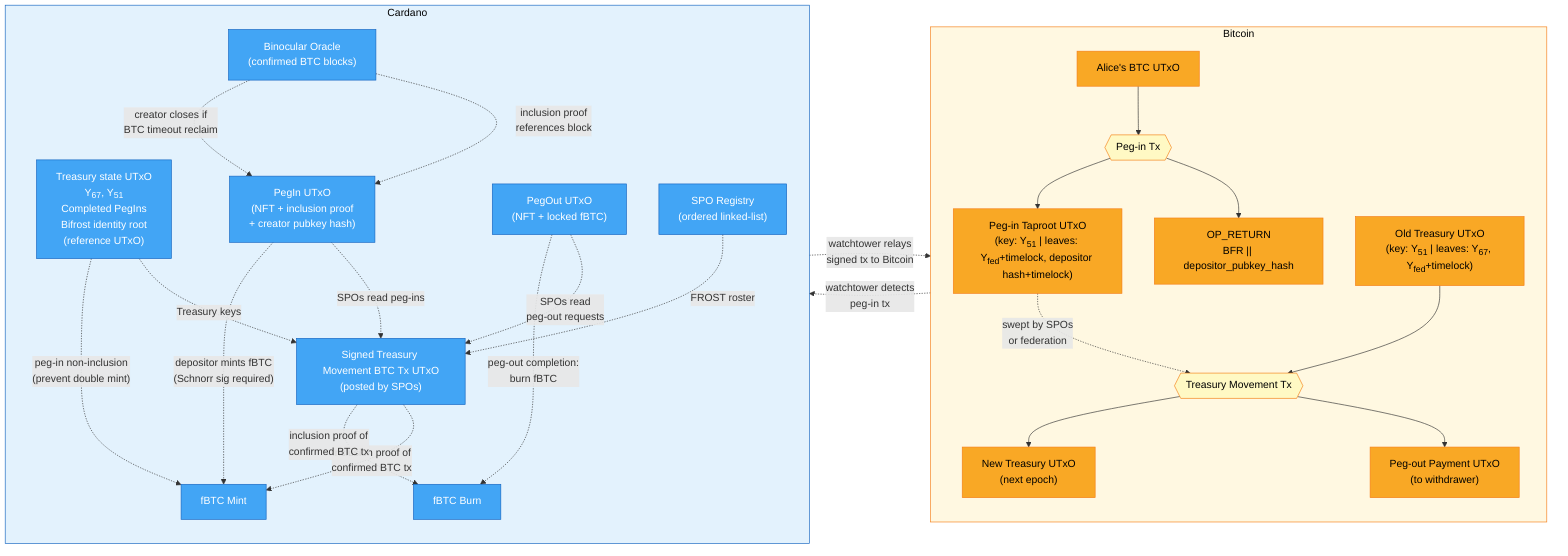
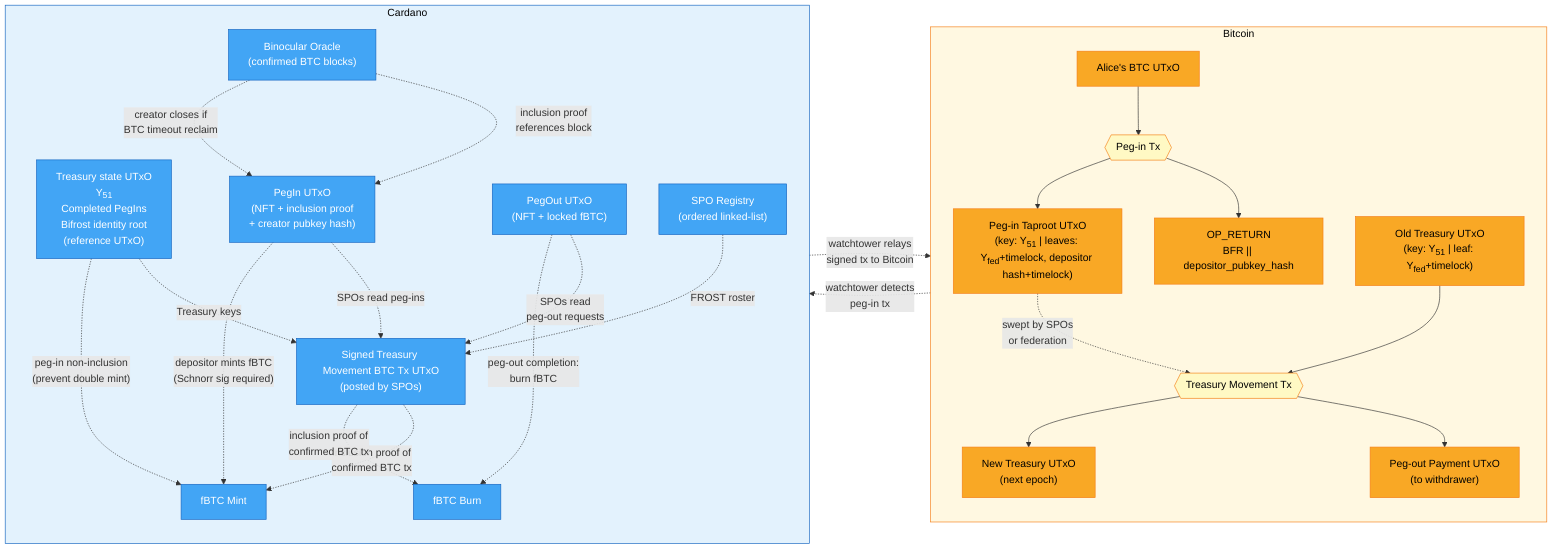
graph LR
    subgraph BTC["Bitcoin"]
        direction TB

        AliceBTC["Alice's BTC UTxO"]
        PegInTx{{"Peg-in Tx"}}
        TaprootUTxO["Peg-in Taproot UTxO<br/>(key: Y<sub>51</sub> | leaves: Y<sub>fed</sub>+timelock, depositor hash+timelock)"]
        OpReturn["OP_RETURN<br/>BFR || depositor_pubkey_hash"]

-         OldTreasury["Old Treasury UTxO<br/>(key: Y<sub>51</sub> | leaves: Y<sub>67</sub>, Y<sub>fed</sub>+timelock)"]
+         OldTreasury["Old Treasury UTxO<br/>(key: Y<sub>51</sub> | leaf: Y<sub>fed</sub>+timelock)"]
        TreasuryMovTx{{"Treasury Movement Tx"}}
        NewTreasury["New Treasury UTxO<br/>(next epoch)"]
        PegOutPayment["Peg-out Payment UTxO<br/>(to withdrawer)"]

        AliceBTC --> PegInTx
        PegInTx --> TaprootUTxO
        PegInTx --> OpReturn

        TaprootUTxO -. "swept by SPOs<br/>or federation" .-> TreasuryMovTx
        OldTreasury --> TreasuryMovTx
        TreasuryMovTx --> NewTreasury
        TreasuryMovTx --> PegOutPayment
    end

    subgraph ADA["Cardano"]
        direction TB

-         TreasuryAK["Treasury state UTxO<br/>Y<sub>67</sub>, Y<sub>51</sub><br/>Completed PegIns<br/>Bifrost identity root<br/>(reference UTxO)"]
+         TreasuryAK["Treasury state UTxO<br/>Y<sub>51</sub><br/>Completed PegIns<br/>Bifrost identity root<br/>(reference UTxO)"]
        WatchtowerAK["Binocular Oracle<br/>(confirmed BTC blocks)"]
        SPORegistry["SPO Registry<br/>(ordered linked-list)"]

        PegInAK["PegIn UTxO<br/>(NFT + inclusion proof<br/>+ creator pubkey hash)"]
        PegOutAK["PegOut UTxO<br/>(NFT + locked fBTC)"]

        TreasuryMovAK["Signed Treasury Movement BTC Tx UTxO<br/>(posted by SPOs)"]
        MintAK["fBTC Mint"]
        BurnAK["fBTC Burn"]
    end

    %% Cross-chain: peg-in flow
    OpReturn -. "watchtower detects<br/>peg-in tx" .-> PegInAK
    WatchtowerAK -. "inclusion proof<br/>references block" .-> PegInAK

    %% Cross-chain: Treasury Movement relay
    TreasuryMovAK -. "watchtower relays<br/>signed tx to Bitcoin" .-> TreasuryMovTx

    %% SPOs construct Treasury Movement
    PegInAK -. "SPOs read peg-ins" .-> TreasuryMovAK
    PegOutAK -. "SPOs read<br/>peg-out requests" .-> TreasuryMovAK
    SPORegistry -. "FROST roster" .-> TreasuryMovAK
    TreasuryAK -. "Treasury keys" .-> TreasuryMovAK

    %% Completion: mint fBTC
    TreasuryMovAK -. "inclusion proof of<br/>confirmed BTC tx" .-> MintAK
    PegInAK -. "depositor mints fBTC<br/>(Schnorr sig required)" .-> MintAK
    TreasuryAK -. "peg-in non-inclusion<br/>(prevent double mint)" .-> MintAK

    %% Completion: burn fBTC
    TreasuryMovAK -. "inclusion proof of<br/>confirmed BTC tx" .-> BurnAK
    PegOutAK -. "peg-out completion:<br/>burn fBTC" .-> BurnAK

    %% PegInRequest closure (timeout reclaim)
    WatchtowerAK -. "creator closes if<br/>BTC timeout reclaim" .-> PegInAK

    %% Styling
    classDef btcNode fill:#f9a825,stroke:#f57f17,color:#000
    classDef btcTx fill:#fff9c4,stroke:#f57f17,color:#000
    classDef adaNode fill:#42a5f5,stroke:#1565c0,color:#fff
    classDef btcBox fill:#fff8e1,stroke:#f57f17,color:#000
    classDef adaBox fill:#e3f2fd,stroke:#1565c0,color:#000

    class AliceBTC,TaprootUTxO,OpReturn,OldTreasury,NewTreasury,PegOutPayment btcNode
    class PegInTx,TreasuryMovTx btcTx
    class TreasuryAK,WatchtowerAK,SPORegistry,PegInAK,PegOutAK,TreasuryMovAK,MintAK,BurnAK adaNode
    class BTC btcBox
    class ADA adaBox
